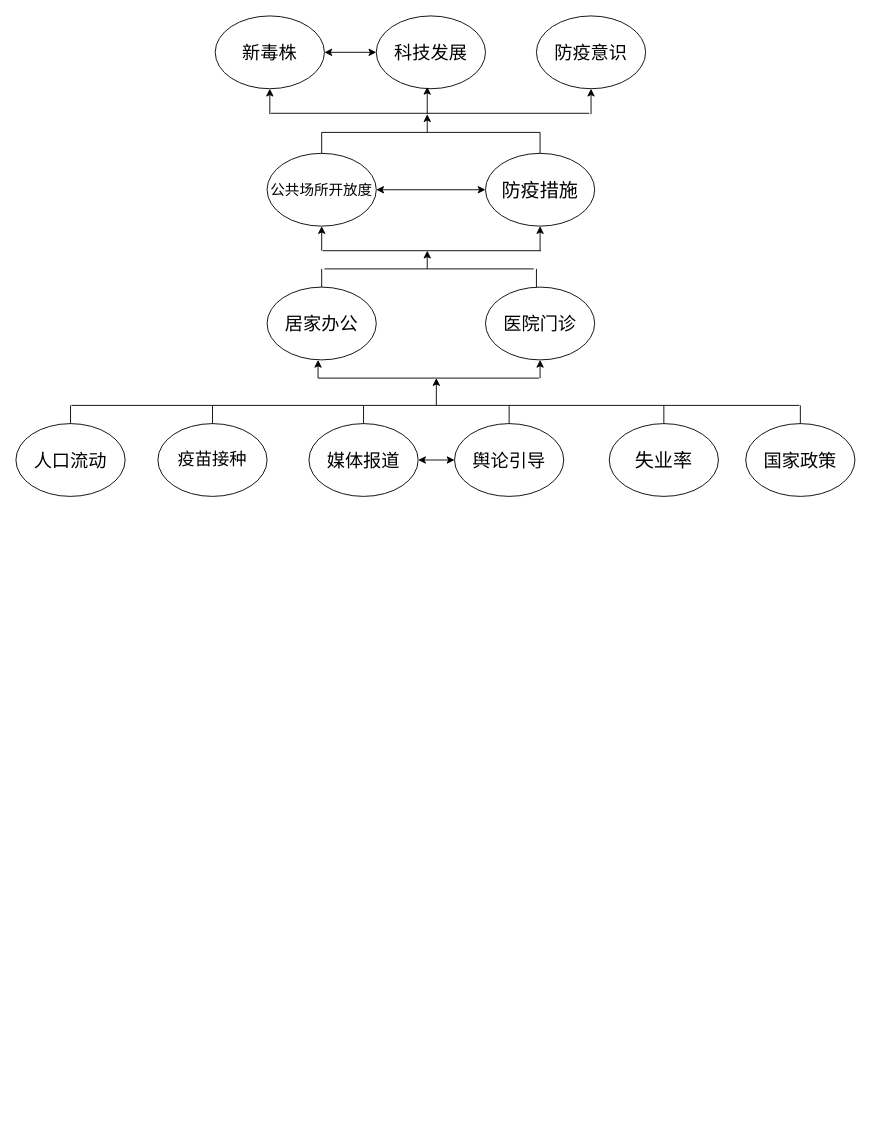
Above: Untitled Diagram.drawio in Wuyj1/draw.io (draw.io), before the change. Source tidied: cells renumbered, new cells numbered last; positions are measured from the earlier drawing's top-left corner, leaving out a move shared by most shapes. Both pictures are drawn from the tidied source at 91%, with x=0, y=0 at pixel (15, 15).
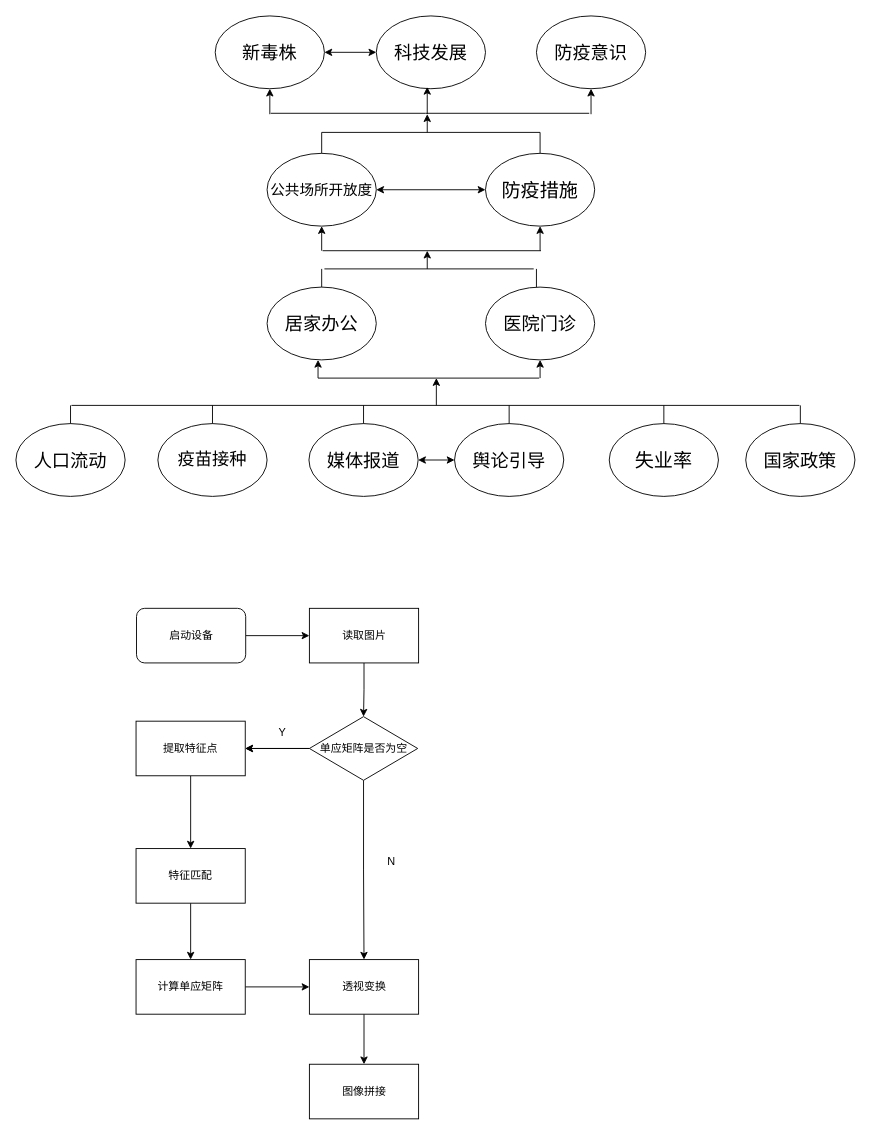
Above is the later version.

Diff of the diagram source:
```diff
@@
+    <mxCell id="44" style="edgeStyle=orthogonalEdgeStyle;rounded=0;jettySize=auto;html=1;" parent="1" edge="1" source="45" target="55">
+      <mxGeometry relative="1" as="geometry" />
+    </mxCell>
+    <mxCell id="45" value="读取图片" style="rounded=0;whiteSpace=wrap;html=1;" parent="1" vertex="1">
+      <mxGeometry x="322.5" y="651" width="120" height="60" as="geometry" />
+    </mxCell>
+    <mxCell id="46" style="edgeStyle=orthogonalEdgeStyle;rounded=0;jettySize=auto;html=1;" parent="1" edge="1" source="47" target="49">
+      <mxGeometry relative="1" as="geometry" />
+    </mxCell>
+    <mxCell id="47" value="提取特征点" style="rounded=0;whiteSpace=wrap;html=1;gradientColor=none;" parent="1" vertex="1">
+      <mxGeometry x="132" y="775" width="120" height="60" as="geometry" />
+    </mxCell>
+    <mxCell id="48" style="edgeStyle=orthogonalEdgeStyle;rounded=0;jettySize=auto;html=1;" parent="1" edge="1" source="49" target="51">
+      <mxGeometry relative="1" as="geometry" />
+    </mxCell>
+    <mxCell id="49" value="特征匹配" style="whiteSpace=wrap;html=1;rounded=0;" parent="1" vertex="1">
+      <mxGeometry x="132" y="915" width="120" height="60" as="geometry" />
+    </mxCell>
+    <mxCell id="50" style="edgeStyle=orthogonalEdgeStyle;rounded=0;jettySize=auto;html=1;entryX=0;entryY=0.5;entryDx=0;entryDy=0;" parent="1" edge="1" source="51" target="57">
+      <mxGeometry relative="1" as="geometry" />
+    </mxCell>
+    <mxCell id="51" value="计算单应矩阵" style="whiteSpace=wrap;html=1;rounded=0;" parent="1" vertex="1">
+      <mxGeometry x="132" y="1037" width="120" height="60" as="geometry" />
+    </mxCell>
+    <mxCell id="52" style="edgeStyle=orthogonalEdgeStyle;rounded=0;jettySize=auto;html=1;" parent="1" edge="1" source="55" target="47">
+      <mxGeometry relative="1" as="geometry" />
+    </mxCell>
+    <mxCell id="53" style="edgeStyle=orthogonalEdgeStyle;rounded=0;jettySize=auto;html=1;" parent="1" edge="1" source="55" target="57">
+      <mxGeometry relative="1" as="geometry" />
+    </mxCell>
+    <mxCell id="54" style="edgeStyle=orthogonalEdgeStyle;rounded=0;jettySize=auto;html=1;" parent="1" edge="1" source="55" target="47">
+      <mxGeometry relative="1" as="geometry" />
+    </mxCell>
+    <mxCell id="55" value="单应矩阵是否为空" style="rhombus;whiteSpace=wrap;html=1;" parent="1" vertex="1">
+      <mxGeometry x="322.5" y="770" width="119" height="70" as="geometry" />
+    </mxCell>
+    <mxCell id="56" style="edgeStyle=orthogonalEdgeStyle;rounded=0;jettySize=auto;html=1;" parent="1" edge="1" source="57" target="58">
+      <mxGeometry relative="1" as="geometry" />
+    </mxCell>
+    <mxCell id="57" value="透视变换" style="rounded=0;whiteSpace=wrap;html=1;" parent="1" vertex="1">
+      <mxGeometry x="322.5" y="1037" width="120" height="60" as="geometry" />
+    </mxCell>
+    <mxCell id="58" value="图像拼接" style="rounded=0;whiteSpace=wrap;html=1;" parent="1" vertex="1">
+      <mxGeometry x="322.5" y="1152" width="120" height="60" as="geometry" />
+    </mxCell>
+    <mxCell id="59" value="Y" style="text;html=1;strokeColor=none;fillColor=none;align=center;verticalAlign=middle;whiteSpace=wrap;rounded=0;" parent="1" vertex="1">
+      <mxGeometry x="263" y="773" width="60" height="30" as="geometry" />
+    </mxCell>
+    <mxCell id="60" value="N" style="text;html=1;strokeColor=none;fillColor=none;align=center;verticalAlign=middle;whiteSpace=wrap;rounded=0;" parent="1" vertex="1">
+      <mxGeometry x="382.5" y="915" width="60" height="30" as="geometry" />
+    </mxCell>
+    <mxCell id="61" style="edgeStyle=orthogonalEdgeStyle;rounded=0;jettySize=auto;html=1;" parent="1" edge="1" source="62" target="45">
+      <mxGeometry relative="1" as="geometry" />
+    </mxCell>
+    <mxCell id="62" value="启动设备" style="rounded=1;whiteSpace=wrap;html=1;gradientColor=none;" parent="1" vertex="1">
+      <mxGeometry x="132.5" y="651" width="120" height="60" as="geometry" />
+    </mxCell>
```
